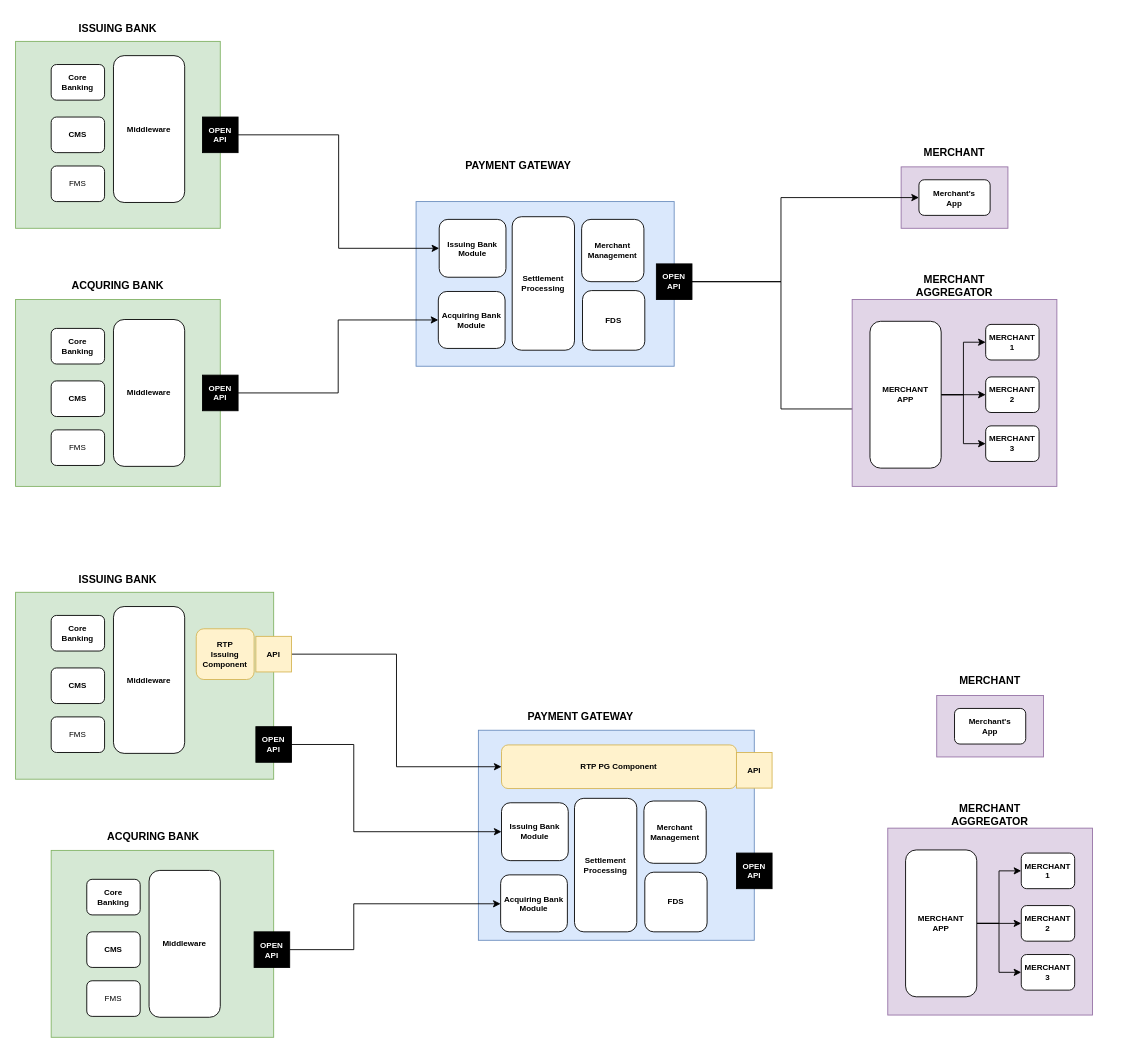
This is victoria-mcp.drawio from stephendaniel31/draw.io, a draw.io file, before an edit. Source tidied: cells renumbered, new cells numbered last; positions are measured from the earlier drawing's top-left corner, leaving out a move shared by most shapes. Both pictures are drawn from the tidied source at 89%, with x=0, y=0 at pixel (15, 15).
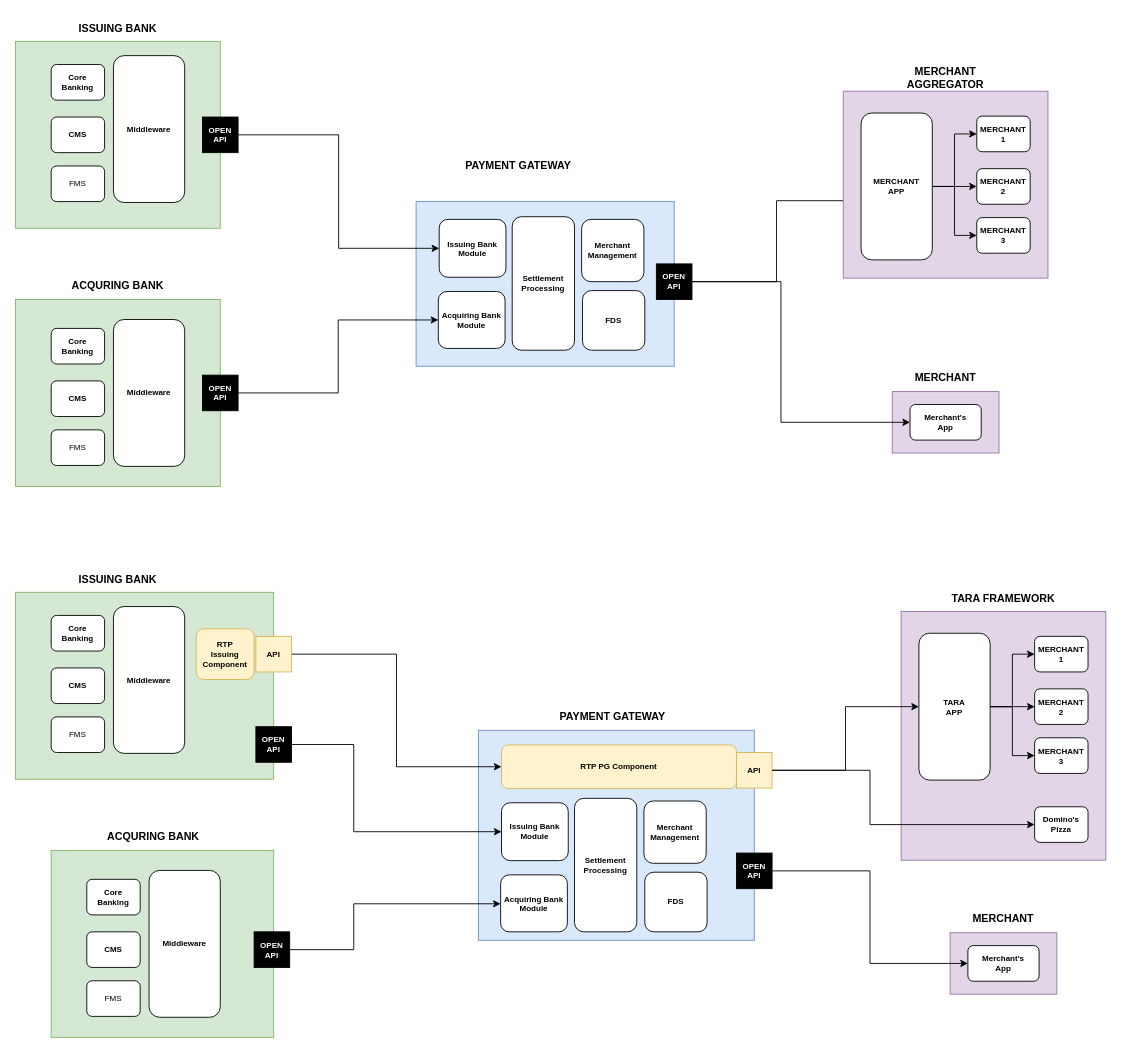
After the change.

Unchanged cells that the change refers to:
```xml
<mxCell id="21" value="&lt;b&gt;OPEN&lt;br&gt;API&lt;/b&gt;" style="whiteSpace=wrap;html=1;fontFamily=Helvetica;fontSize=9;strokeColor=#000000;fillColor=#000000;fontColor=#ffffff;" parent="1" vertex="1">
  <mxGeometry x="720" y="279" width="40" height="40" as="geometry" />
</mxCell>
<mxCell id="42" value="&lt;b&gt;OPEN&lt;br&gt;API&lt;/b&gt;" style="whiteSpace=wrap;html=1;fontFamily=Helvetica;fontSize=9;strokeColor=#000000;fillColor=#000000;fontColor=#ffffff;" parent="1" vertex="1">
  <mxGeometry x="810" y="941" width="40" height="40" as="geometry" />
</mxCell>
<mxCell id="55" value="&lt;b&gt;API&lt;/b&gt;" style="whiteSpace=wrap;html=1;fontFamily=Helvetica;fontSize=9;strokeColor=#d6b656;fillColor=#fff2cc;" parent="1" vertex="1">
  <mxGeometry x="810" y="828" width="40" height="40" as="geometry" />
</mxCell>
```

The edit, as a diff of the source:
```diff
@@
     <mxCell id="6" style="rounded=0;whiteSpace=wrap;html=1;fillColor=#e1d5e7;strokeColor=#9673a6;" parent="1" vertex="1">
-      <mxGeometry x="995" y="170" width="120" height="69" as="geometry" />
+      <mxGeometry x="985" y="422.5" width="120" height="69" as="geometry" />
     </mxCell>
     <mxCell id="7" value="MERCHANT" style="text;html=1;strokeColor=none;fillColor=none;align=center;verticalAlign=middle;whiteSpace=wrap;rounded=0;fontStyle=1;" parent="1" vertex="1">
-      <mxGeometry x="1025" y="139" width="60" height="30" as="geometry" />
+      <mxGeometry x="1015" y="391.5" width="60" height="30" as="geometry" />
     </mxCell>
@@
     <mxCell id="11" value="Merchant's&lt;br&gt;App" style="rounded=1;whiteSpace=wrap;html=1;fontSize=9;fontStyle=1;" parent="1" vertex="1">
-      <mxGeometry x="1015" y="184.5" width="80" height="40" as="geometry" />
+      <mxGeometry x="1005" y="437" width="80" height="40" as="geometry" />
     </mxCell>
@@
+    <mxCell id="20" style="edgeStyle=orthogonalEdgeStyle;rounded=0;jettySize=auto;html=1;exitX=1;exitY=0.5;exitDx=0;exitDy=0;entryX=-0.012;entryY=0.597;entryDx=0;entryDy=0;entryPerimeter=0;fontFamily=Helvetica;fontSize=9;fontColor=#FFFFFF;" parent="1" edge="1" source="21" target="62">
+      <mxGeometry relative="1" as="geometry" />
+    </mxCell>
     <mxCell id="19" style="edgeStyle=orthogonalEdgeStyle;rounded=0;jettySize=auto;html=1;exitX=1;exitY=0.5;exitDx=0;exitDy=0;entryX=0;entryY=0.5;entryDx=0;entryDy=0;fontFamily=Helvetica;fontSize=9;fontColor=#FFFFFF;" parent="1" edge="1" source="21" target="11">
       <mxGeometry relative="1" as="geometry">
         <Array as="points">
           <mxPoint x="860" y="299" />
-          <mxPoint x="860" y="205" />
+          <mxPoint x="860" y="457" />
         </Array>
       </mxGeometry>
     </mxCell>
-    <mxCell id="20" style="edgeStyle=orthogonalEdgeStyle;rounded=0;jettySize=auto;html=1;exitX=1;exitY=0.5;exitDx=0;exitDy=0;entryX=-0.012;entryY=0.597;entryDx=0;entryDy=0;entryPerimeter=0;fontFamily=Helvetica;fontSize=9;fontColor=#FFFFFF;" parent="1" edge="1" source="21" target="62">
-      <mxGeometry relative="1" as="geometry" />
-    </mxCell>
@@
     <mxCell id="33" value="PAYMENT GATEWAY" style="text;html=1;strokeColor=none;fillColor=none;align=center;verticalAlign=middle;whiteSpace=wrap;rounded=0;fontStyle=1;" parent="1" vertex="1">
-      <mxGeometry x="550" y="773" width="170" height="30" as="geometry" />
+      <mxGeometry x="586" y="773" width="170" height="30" as="geometry" />
     </mxCell>
@@
     <mxCell id="56" style="rounded=0;whiteSpace=wrap;html=1;fillColor=#e1d5e7;strokeColor=#9673a6;" parent="1" vertex="1">
-      <mxGeometry x="940" y="319" width="230" height="210" as="geometry" />
+      <mxGeometry x="930" y="85" width="230" height="210" as="geometry" />
     </mxCell>
     <mxCell id="57" value="MERCHANT&lt;br&gt;AGGREGATOR" style="text;html=1;strokeColor=none;fillColor=none;align=center;verticalAlign=middle;whiteSpace=wrap;rounded=0;fontStyle=1;" parent="1" vertex="1">
-      <mxGeometry x="980" y="289" width="150" height="30" as="geometry" />
+      <mxGeometry x="970" y="55" width="150" height="30" as="geometry" />
     </mxCell>
     <mxCell id="58" value="MERCHANT&lt;br&gt;1" style="rounded=1;whiteSpace=wrap;html=1;fontSize=9;fontStyle=1;" parent="1" vertex="1">
-      <mxGeometry x="1090" y="347" width="60" height="40" as="geometry" />
+      <mxGeometry x="1080" y="113" width="60" height="40" as="geometry" />
     </mxCell>
@@
     <mxCell id="62" value="MERCHANT&lt;br&gt;APP" style="rounded=1;whiteSpace=wrap;html=1;fontSize=9;fontStyle=1;" parent="1" vertex="1">
-      <mxGeometry x="960" y="343.5" width="80" height="165" as="geometry" />
+      <mxGeometry x="950" y="109.5" width="80" height="165" as="geometry" />
     </mxCell>
     <mxCell id="63" value="MERCHANT&lt;br&gt;3" style="rounded=1;whiteSpace=wrap;html=1;fontSize=9;fontStyle=1;" parent="1" vertex="1">
-      <mxGeometry x="1090" y="461" width="60" height="40" as="geometry" />
+      <mxGeometry x="1080" y="227" width="60" height="40" as="geometry" />
     </mxCell>
     <mxCell id="64" value="MERCHANT&lt;br&gt;2" style="rounded=1;whiteSpace=wrap;html=1;fontSize=9;fontStyle=1;" parent="1" vertex="1">
-      <mxGeometry x="1090" y="406" width="60" height="40" as="geometry" />
+      <mxGeometry x="1080" y="172" width="60" height="40" as="geometry" />
     </mxCell>
@@
     <mxCell id="66" style="rounded=0;whiteSpace=wrap;html=1;fillColor=#e1d5e7;strokeColor=#9673a6;" parent="1" vertex="1">
-      <mxGeometry x="1035" y="764" width="120" height="69" as="geometry" />
+      <mxGeometry x="1050" y="1030.5" width="120" height="69" as="geometry" />
     </mxCell>
     <mxCell id="67" value="MERCHANT" style="text;html=1;strokeColor=none;fillColor=none;align=center;verticalAlign=middle;whiteSpace=wrap;rounded=0;fontStyle=1;" parent="1" vertex="1">
-      <mxGeometry x="1065" y="733" width="60" height="30" as="geometry" />
+      <mxGeometry x="1080" y="999.5" width="60" height="30" as="geometry" />
     </mxCell>
     <mxCell id="68" value="Merchant's&lt;br&gt;App" style="rounded=1;whiteSpace=wrap;html=1;fontSize=9;fontStyle=1;" parent="1" vertex="1">
-      <mxGeometry x="1055" y="778.5" width="80" height="40" as="geometry" />
+      <mxGeometry x="1070" y="1045" width="80" height="40" as="geometry" />
     </mxCell>
     <mxCell id="69" style="rounded=0;whiteSpace=wrap;html=1;fillColor=#e1d5e7;strokeColor=#9673a6;" parent="1" vertex="1">
-      <mxGeometry x="980" y="913" width="230" height="210" as="geometry" />
+      <mxGeometry x="995" y="669.5" width="230" height="279.5" as="geometry" />
     </mxCell>
-    <mxCell id="70" value="MERCHANT&lt;br&gt;AGGREGATOR" style="text;html=1;strokeColor=none;fillColor=none;align=center;verticalAlign=middle;whiteSpace=wrap;rounded=0;fontStyle=1;" parent="1" vertex="1">
-      <mxGeometry x="1020" y="883" width="150" height="30" as="geometry" />
+    <mxCell id="70" value="TARA FRAMEWORK" style="text;html=1;strokeColor=none;fillColor=none;align=center;verticalAlign=middle;whiteSpace=wrap;rounded=0;fontStyle=1;" parent="1" vertex="1">
+      <mxGeometry x="1035" y="639.5" width="150" height="30" as="geometry" />
     </mxCell>
     <mxCell id="71" value="MERCHANT&lt;br&gt;1" style="rounded=1;whiteSpace=wrap;html=1;fontSize=9;fontStyle=1;" parent="1" vertex="1">
-      <mxGeometry x="1130" y="941" width="60" height="40" as="geometry" />
+      <mxGeometry x="1145" y="697.5" width="60" height="40" as="geometry" />
     </mxCell>
@@
-    <mxCell id="75" value="MERCHANT&lt;br&gt;APP" style="rounded=1;whiteSpace=wrap;html=1;fontSize=9;fontStyle=1;" parent="1" vertex="1">
-      <mxGeometry x="1000" y="937.5" width="80" height="165" as="geometry" />
+    <mxCell id="75" value="TARA&lt;br&gt;APP" style="rounded=1;whiteSpace=wrap;html=1;fontSize=9;fontStyle=1;" parent="1" vertex="1">
+      <mxGeometry x="1015" y="694" width="80" height="165" as="geometry" />
     </mxCell>
     <mxCell id="76" value="MERCHANT&lt;br&gt;3" style="rounded=1;whiteSpace=wrap;html=1;fontSize=9;fontStyle=1;" parent="1" vertex="1">
-      <mxGeometry x="1130" y="1055" width="60" height="40" as="geometry" />
+      <mxGeometry x="1145" y="811.5" width="60" height="40" as="geometry" />
     </mxCell>
     <mxCell id="77" value="MERCHANT&lt;br&gt;2" style="rounded=1;whiteSpace=wrap;html=1;fontSize=9;fontStyle=1;" parent="1" vertex="1">
-      <mxGeometry x="1130" y="1000" width="60" height="40" as="geometry" />
+      <mxGeometry x="1145" y="756.5" width="60" height="40" as="geometry" />
     </mxCell>
@@
+    <mxCell id="81" style="edgeStyle=orthogonalEdgeStyle;rounded=0;jettySize=auto;html=1;exitX=1;exitY=0.5;exitDx=0;exitDy=0;entryX=0;entryY=0.5;entryDx=0;entryDy=0;fontFamily=Helvetica;fontSize=9;fontColor=#FFFFFF;" parent="1" edge="1" source="55" target="75">
+      <mxGeometry relative="1" as="geometry" />
+    </mxCell>
+    <mxCell id="82" value="Domino's&lt;br&gt;Pizza" style="rounded=1;whiteSpace=wrap;html=1;fontSize=9;fontStyle=1;" parent="1" vertex="1">
+      <mxGeometry x="1145" y="889" width="60" height="40" as="geometry" />
+    </mxCell>
+    <mxCell id="83" style="edgeStyle=orthogonalEdgeStyle;rounded=0;jettySize=auto;html=1;exitX=1;exitY=0.5;exitDx=0;exitDy=0;entryX=0;entryY=0.5;entryDx=0;entryDy=0;fontFamily=Helvetica;fontSize=9;fontColor=#FFFFFF;" parent="1" edge="1" source="55" target="82">
+      <mxGeometry relative="1" as="geometry">
+        <Array as="points">
+          <mxPoint x="960" y="848" />
+          <mxPoint x="960" y="909" />
+        </Array>
+      </mxGeometry>
+    </mxCell>
+    <mxCell id="84" style="edgeStyle=orthogonalEdgeStyle;rounded=0;jettySize=auto;html=1;exitX=1;exitY=0.5;exitDx=0;exitDy=0;entryX=0;entryY=0.5;entryDx=0;entryDy=0;fontFamily=Helvetica;fontSize=9;fontColor=#FFFFFF;" parent="1" edge="1" source="42" target="68">
+      <mxGeometry relative="1" as="geometry" />
+    </mxCell>
```
